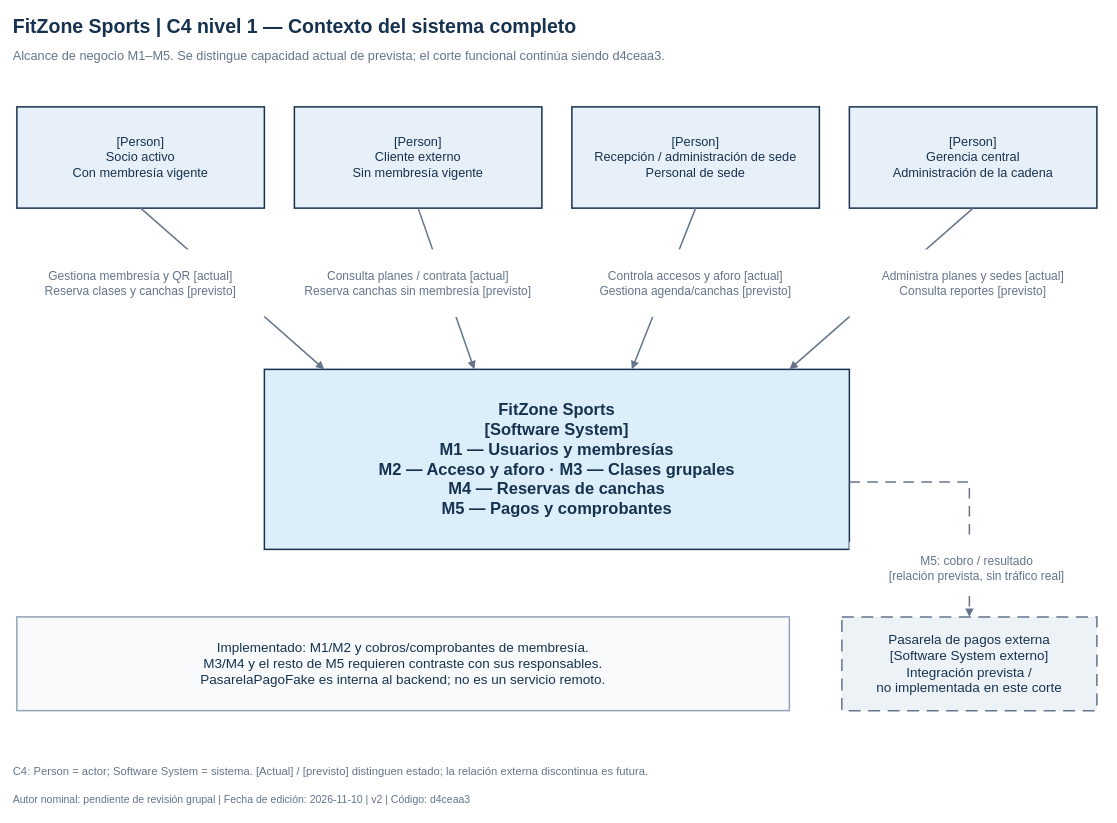
magacastell/FitZone_Sports keeps this draw.io diagram as docs/diagramas/c4-01-contexto.drawio. Above is the earlier version. Source tidied: cells renumbered, new cells numbered last; positions are measured from the earlier drawing's top-left corner, leaving out a move shared by most shapes. Both pictures are drawn from the tidied source at 75%, with x=0, y=0 at pixel (13, 13).
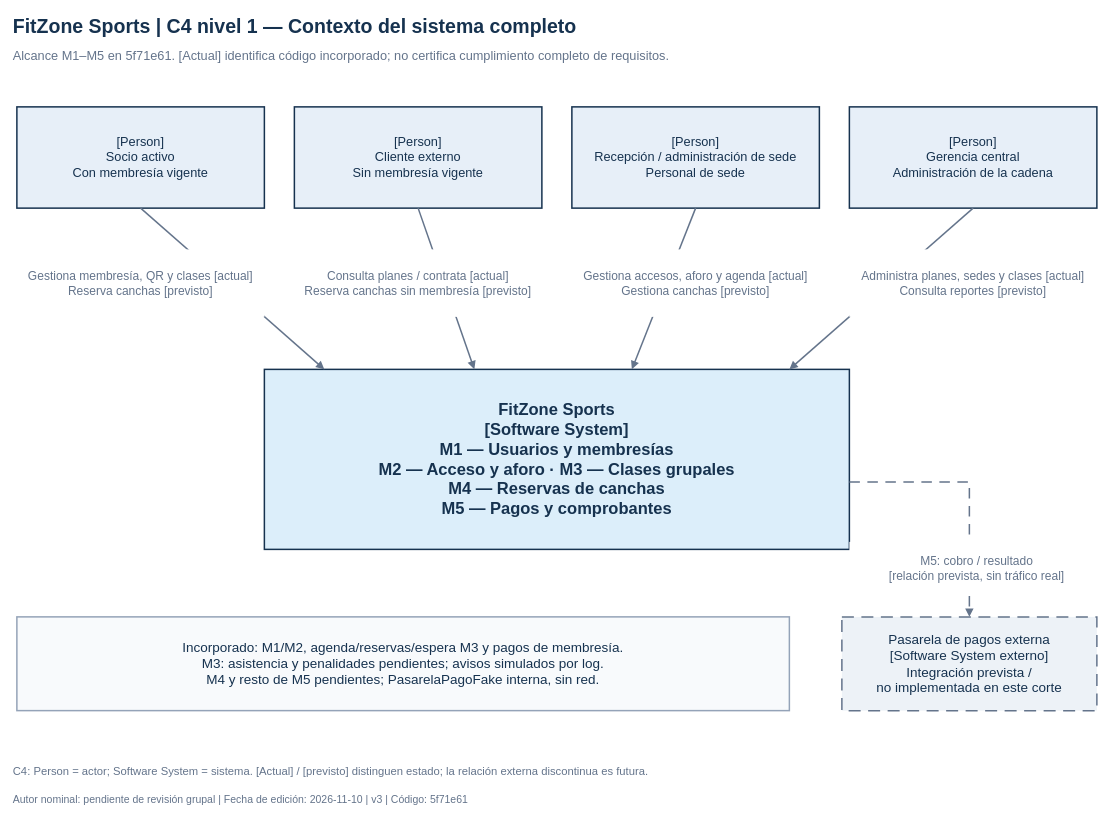
The same page after the edit.

Commit message (it also covers changes not shown here):
docs(arquitectura): actualizar las referencias al M3 integrado

What changed in the source:
```diff
@@
-    <mxCell id="8" value="Implementado: M1/M2 y cobros/comprobantes de membresía.&#10;M3/M4 y el resto de M5 requieren contraste con sus responsables.&#10;PasarelaPagoFake es interna al backend; no es un servicio remoto." style="rounded=0;whiteSpace=wrap;html=0;fillColor=#f8fafc;strokeColor=#94a3b8;strokeWidth=2;fontFamily=Arial;fontSize=18;fontColor=#16324f;fontStyle=0;align=center;verticalAlign=middle;spacing=0;" parent="1" vertex="1">
+    <mxCell id="8" value="Incorporado: M1/M2, agenda/reservas/espera M3 y pagos de membresía.&#10;M3: asistencia y penalidades pendientes; avisos simulados por log.&#10;M4 y resto de M5 pendientes; PasarelaPagoFake interna, sin red." style="rounded=0;whiteSpace=wrap;html=0;fillColor=#f8fafc;strokeColor=#94a3b8;strokeWidth=2;fontFamily=Arial;fontSize=18;fontColor=#16324f;fontStyle=0;align=center;verticalAlign=middle;spacing=0;" parent="1" vertex="1">
       <mxGeometry x="5" y="805" width="1030" height="125" as="geometry" />
     </mxCell>
@@
-    <mxCell id="15" value="Alcance de negocio M1–M5. Se distingue capacidad actual de prevista; el corte funcional continúa siendo d4ceaa3." style="text;html=0;whiteSpace=wrap;align=left;verticalAlign=middle;spacing=0;fontFamily=Arial;fontSize=17;fontColor=#64748b;fontStyle=0;fillColor=none;strokeColor=none;" parent="1" vertex="1">
+    <mxCell id="15" value="Alcance M1–M5 en 5f71e61. [Actual] identifica código incorporado; no certifica cumplimiento completo de requisitos." style="text;html=0;whiteSpace=wrap;align=left;verticalAlign=middle;spacing=0;fontFamily=Arial;fontSize=17;fontColor=#64748b;fontStyle=0;fillColor=none;strokeColor=none;" parent="1" vertex="1">
       <mxGeometry y="40" width="1450" height="35" as="geometry" />
     </mxCell>
-    <mxCell id="16" value="Gestiona membresía y QR [actual]&#10;Reserva clases y canchas [previsto]" style="text;html=0;whiteSpace=wrap;align=center;verticalAlign=middle;spacing=0;fontFamily=Arial;fontSize=16;fontColor=#64748b;fontStyle=0;fillColor=white;strokeColor=none;" parent="1" vertex="1">
+    <mxCell id="16" value="Gestiona membresía, QR y clases [actual]&#10;Reserva canchas [previsto]" style="text;html=0;whiteSpace=wrap;align=center;verticalAlign=middle;spacing=0;fontFamily=Arial;fontSize=16;fontColor=#64748b;fontStyle=0;fillColor=white;strokeColor=none;" parent="1" vertex="1">
       <mxGeometry x="5" y="315" width="330" height="90" as="geometry" />
     </mxCell>
@@
-    <mxCell id="18" value="Controla accesos y aforo [actual]&#10;Gestiona agenda/canchas [previsto]" style="text;html=0;whiteSpace=wrap;align=center;verticalAlign=middle;spacing=0;fontFamily=Arial;fontSize=16;fontColor=#64748b;fontStyle=0;fillColor=white;strokeColor=none;" parent="1" vertex="1">
+    <mxCell id="18" value="Gestiona accesos, aforo y agenda [actual]&#10;Gestiona canchas [previsto]" style="text;html=0;whiteSpace=wrap;align=center;verticalAlign=middle;spacing=0;fontFamily=Arial;fontSize=16;fontColor=#64748b;fontStyle=0;fillColor=white;strokeColor=none;" parent="1" vertex="1">
       <mxGeometry x="745" y="315" width="330" height="90" as="geometry" />
     </mxCell>
-    <mxCell id="19" value="Administra planes y sedes [actual]&#10;Consulta reportes [previsto]" style="text;html=0;whiteSpace=wrap;align=center;verticalAlign=middle;spacing=0;fontFamily=Arial;fontSize=16;fontColor=#64748b;fontStyle=0;fillColor=white;strokeColor=none;" parent="1" vertex="1">
+    <mxCell id="19" value="Administra planes, sedes y clases [actual]&#10;Consulta reportes [previsto]" style="text;html=0;whiteSpace=wrap;align=center;verticalAlign=middle;spacing=0;fontFamily=Arial;fontSize=16;fontColor=#64748b;fontStyle=0;fillColor=white;strokeColor=none;" parent="1" vertex="1">
       <mxGeometry x="1115" y="315" width="330" height="90" as="geometry" />
     </mxCell>
@@
-    <mxCell id="22" value="Autor nominal: pendiente de revisión grupal | Fecha de edición: 2026-11-10 | v2 | Código: d4ceaa3" style="text;html=0;whiteSpace=wrap;align=left;verticalAlign=middle;spacing=0;fontFamily=Arial;fontSize=14;fontColor=#64748b;fontStyle=0;fillColor=none;strokeColor=none;" parent="1" vertex="1">
+    <mxCell id="22" value="Autor nominal: pendiente de revisión grupal | Fecha de edición: 2026-11-10 | v3 | Código: 5f71e61" style="text;html=0;whiteSpace=wrap;align=left;verticalAlign=middle;spacing=0;fontFamily=Arial;fontSize=14;fontColor=#64748b;fontStyle=0;fillColor=none;strokeColor=none;" parent="1" vertex="1">
       <mxGeometry y="1033" width="1450" height="30" as="geometry" />
     </mxCell>
```
